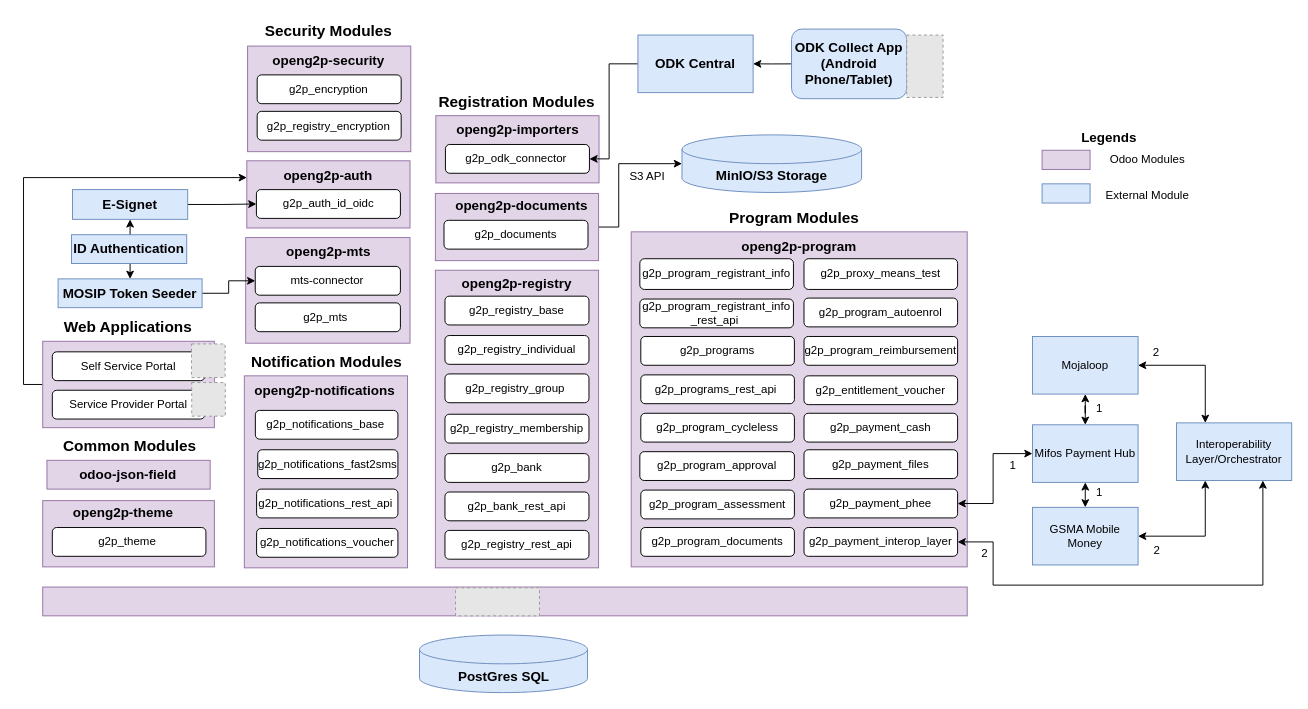
Before: .gitbook/assets/technical-architecture.drawio in OpenG2P/openg2p-documentation, a draw.io diagram. Source tidied: cells renumbered, new cells numbered last; positions are measured from the earlier drawing's top-left corner, leaving out a move shared by most shapes. Both pictures are drawn from the tidied source at 96%, with x=0, y=0 at pixel (42, 16). Pictures stored in the file or linked from it are replaced by grey dashed boxes.
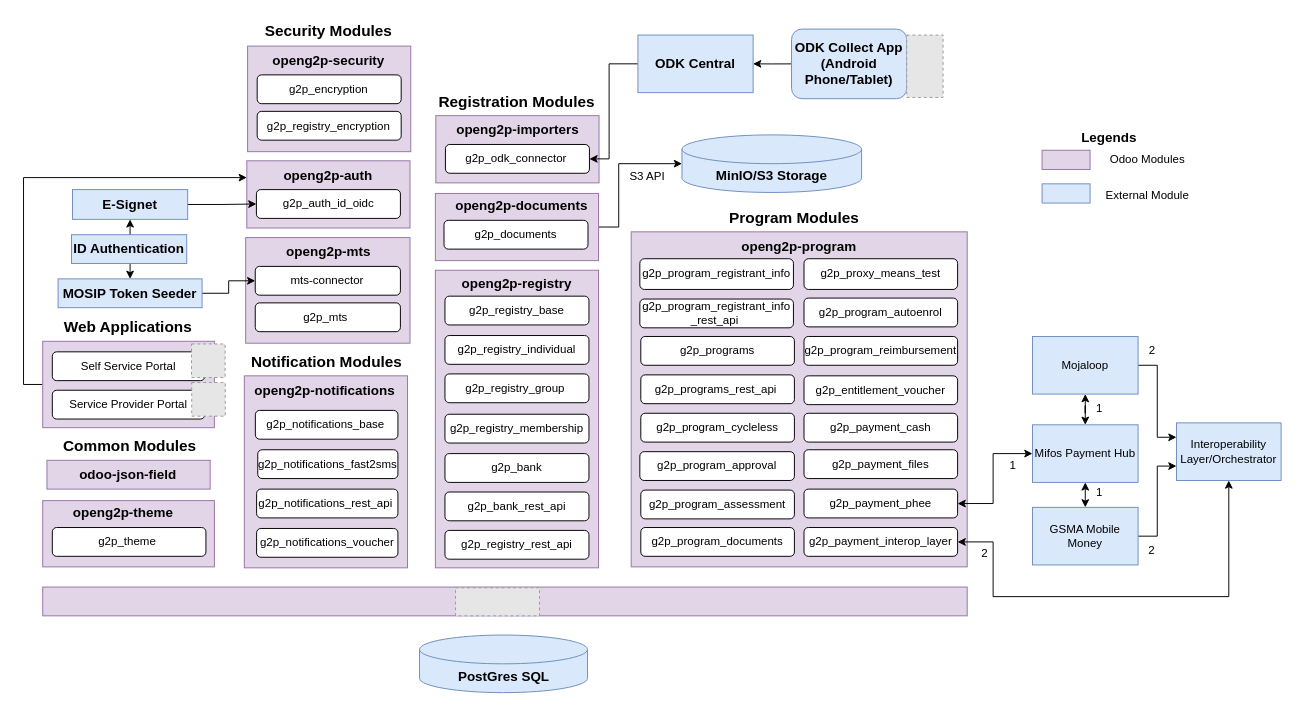
Above is the later version.

The change refers to these unchanged cells:
```xml
<mxCell id="51" value="g2p_payment_interop_layer" style="rounded=1;whiteSpace=wrap;html=1;" parent="1" vertex="1">
  <mxGeometry x="793" y="532" width="160" height="30" as="geometry" />
</mxCell>
<mxCell id="75" value="Mojaloop" style="rounded=0;whiteSpace=wrap;html=1;fillColor=#dae8fc;strokeColor=#6c8ebf;" parent="1" vertex="1">
  <mxGeometry x="1031" y="333" width="110" height="60" as="geometry" />
</mxCell>
<mxCell id="81" value="GSMA Mobile Money" style="rounded=0;whiteSpace=wrap;html=1;fillColor=#dae8fc;strokeColor=#6c8ebf;" parent="1" vertex="1">
  <mxGeometry x="1031" y="511" width="110" height="60" as="geometry" />
</mxCell>
```

What changed in the source:
```diff
@@
-    <mxCell id="74" style="edgeStyle=orthogonalEdgeStyle;rounded=0;jettySize=auto;html=1;exitX=1;exitY=0.5;exitDx=0;exitDy=0;entryX=0.25;entryY=0;entryDx=0;entryDy=0;startArrow=classic;startFill=1;" parent="1" edge="1" source="75" target="83">
-      <mxGeometry relative="1" as="geometry">
-        <Array as="points">
-          <mxPoint x="1211" y="363" />
-        </Array>
-      </mxGeometry>
+    <mxCell id="74" style="edgeStyle=orthogonalEdgeStyle;rounded=0;jettySize=auto;html=1;exitX=1;exitY=0.5;exitDx=0;exitDy=0;entryX=0;entryY=0.25;entryDx=0;entryDy=0;" parent="1" edge="1" source="75" target="83">
+      <mxGeometry relative="1" as="geometry" />
     </mxCell>
@@
-    <mxCell id="80" style="edgeStyle=orthogonalEdgeStyle;rounded=0;jettySize=auto;html=1;exitX=1;exitY=0.5;exitDx=0;exitDy=0;entryX=0.25;entryY=1;entryDx=0;entryDy=0;startArrow=classic;startFill=1;" parent="1" edge="1" source="81" target="83">
-      <mxGeometry relative="1" as="geometry">
-        <Array as="points">
-          <mxPoint x="1211" y="541" />
-        </Array>
-      </mxGeometry>
+    <mxCell id="80" style="edgeStyle=orthogonalEdgeStyle;rounded=0;jettySize=auto;html=1;exitX=1;exitY=0.5;exitDx=0;exitDy=0;entryX=0;entryY=0.75;entryDx=0;entryDy=0;" parent="1" edge="1" source="81" target="83">
+      <mxGeometry relative="1" as="geometry" />
     </mxCell>
@@
-    <mxCell id="82" style="edgeStyle=orthogonalEdgeStyle;rounded=0;jettySize=auto;html=1;exitX=0.75;exitY=1;exitDx=0;exitDy=0;entryX=1;entryY=0.5;entryDx=0;entryDy=0;startArrow=classic;startFill=1;" parent="1" edge="1" source="83" target="51">
+    <mxCell id="82" style="edgeStyle=orthogonalEdgeStyle;rounded=0;jettySize=auto;html=1;exitX=0.5;exitY=1;exitDx=0;exitDy=0;entryX=1;entryY=0.5;entryDx=0;entryDy=0;startArrow=classic;startFill=1;" parent="1" edge="1" source="83" target="51">
       <mxGeometry relative="1" as="geometry">
         <Array as="points">
-          <mxPoint x="1271" y="592" />
-          <mxPoint x="990" y="592" />
+          <mxPoint x="1236" y="604" />
+          <mxPoint x="990" y="604" />
           <mxPoint x="990" y="547" />
         </Array>
       </mxGeometry>
     </mxCell>
     <mxCell id="83" value="Interoperability Layer/Orchestrator" style="rounded=0;whiteSpace=wrap;html=1;fillColor=#dae8fc;strokeColor=#6c8ebf;" parent="1" vertex="1">
-      <mxGeometry x="1181" y="423" width="120" height="60" as="geometry" />
+      <mxGeometry x="1181" y="423" width="109" height="60" as="geometry" />
     </mxCell>
@@
     <mxCell id="93" value="2" style="text;html=1;strokeColor=none;fillColor=none;align=center;verticalAlign=middle;whiteSpace=wrap;rounded=0;" parent="1" vertex="1">
-      <mxGeometry x="1130" y="335" width="60" height="30" as="geometry" />
+      <mxGeometry x="1141" y="333" width="30" height="30" as="geometry" />
     </mxCell>
     <mxCell id="94" value="2" style="text;html=1;strokeColor=none;fillColor=none;align=center;verticalAlign=middle;whiteSpace=wrap;rounded=0;" parent="1" vertex="1">
-      <mxGeometry x="1131" y="541" width="60" height="30" as="geometry" />
+      <mxGeometry x="1140" y="541" width="31" height="30" as="geometry" />
     </mxCell>
```
